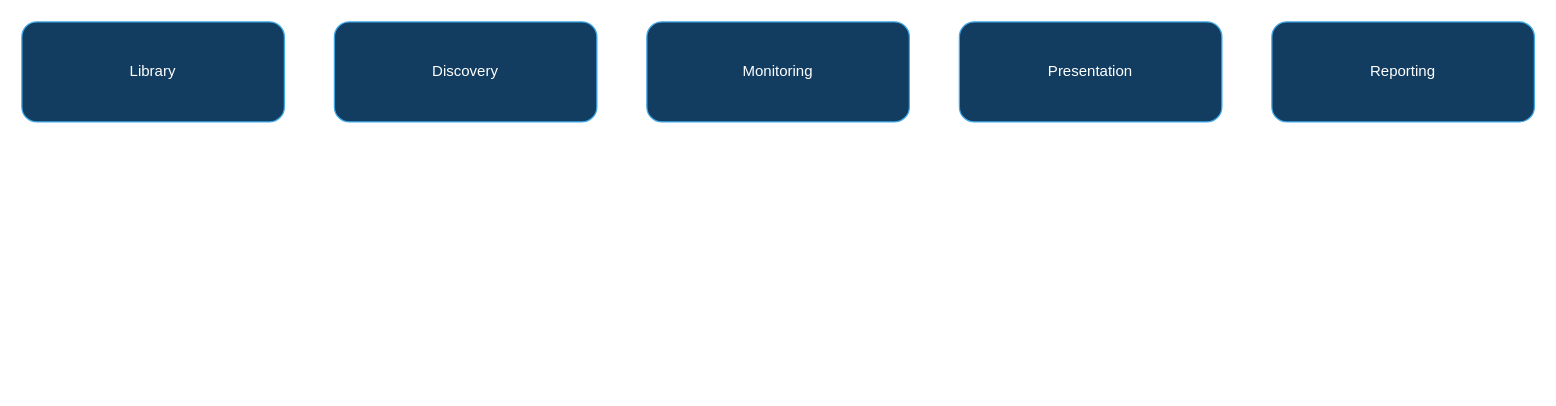
AzureLocal/azurelocal-scom-mp keeps this draw.io diagram as diagrams/drawio/azure-local-scom-packages.drawio. Above is the earlier version. Source tidied: cells renumbered, new cells numbered last; positions are measured from the earlier drawing's top-left corner, leaving out a move shared by most shapes. Both pictures are drawn from the tidied source at 125%, with x=0, y=0 at pixel (21, 21).
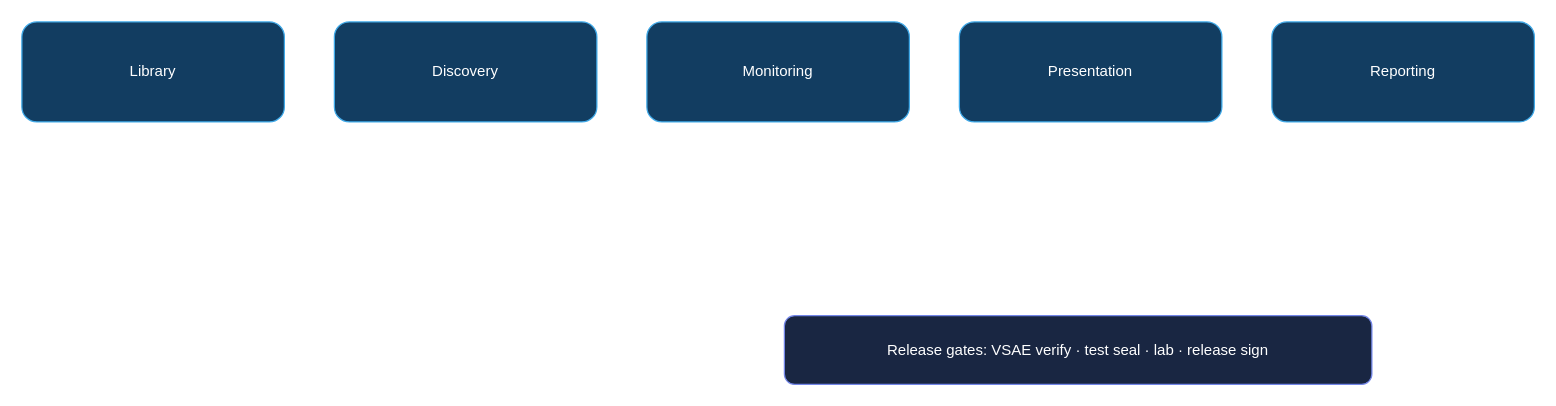
The same diagram, later.

The edit, as a diff of the source:
```diff
@@
 <mxGraphModel>
   <root>
     <mxCell id="0" />
     <mxCell id="1" parent="0" />
     <mxCell id="2" value="Library" style="rounded=1;whiteSpace=wrap;html=1;fillColor=#123d61;strokeColor=#3fa9e8;fontColor=#ffffff;" parent="1" vertex="1">
       <mxGeometry width="210" height="80" as="geometry" />
     </mxCell>
     <mxCell id="3" value="Discovery" style="rounded=1;whiteSpace=wrap;html=1;fillColor=#123d61;strokeColor=#3fa9e8;fontColor=#ffffff;" parent="1" vertex="1">
       <mxGeometry x="250" width="210" height="80" as="geometry" />
     </mxCell>
     <mxCell id="4" value="Monitoring" style="rounded=1;whiteSpace=wrap;html=1;fillColor=#123d61;strokeColor=#3fa9e8;fontColor=#ffffff;" parent="1" vertex="1">
       <mxGeometry x="500" width="210" height="80" as="geometry" />
     </mxCell>
     <mxCell id="5" value="Presentation" style="rounded=1;whiteSpace=wrap;html=1;fillColor=#123d61;strokeColor=#3fa9e8;fontColor=#ffffff;" parent="1" vertex="1">
       <mxGeometry x="750" width="210" height="80" as="geometry" />
     </mxCell>
     <mxCell id="6" value="Reporting" style="rounded=1;whiteSpace=wrap;html=1;fillColor=#123d61;strokeColor=#3fa9e8;fontColor=#ffffff;" parent="1" vertex="1">
       <mxGeometry x="1000" width="210" height="80" as="geometry" />
     </mxCell>
+    <mxCell id="7" value="Release gates: VSAE verify · test seal · lab · release sign" style="rounded=1;whiteSpace=wrap;html=1;fillColor=#192642;strokeColor=#7386e8;fontColor=#ffffff;" parent="1" vertex="1">
+      <mxGeometry x="610" y="235" width="470" height="55" as="geometry" />
+    </mxCell>
   </root>
 </mxGraphModel>
```
